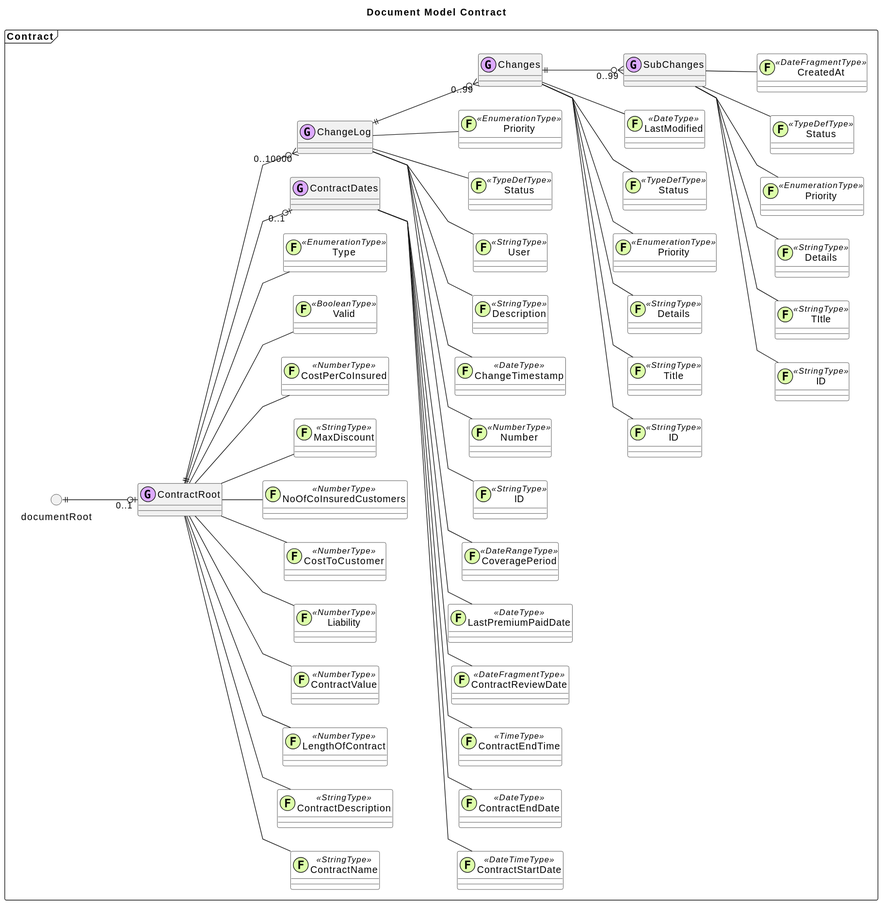
Above: dataservices-test-resources/src/main/resources/diagrams/images/Contract.svg in mgm-tp/a12-dataservices (PlantUML), before the change. Its source is kept beside it as dataservices-test-resources/src/main/resources/diagrams/generated/Contract.puml. Source of this version:
```plantuml
@startuml

!procedure group(x)
class x << (G,#DDAAFF) >>
!endprocedure

!procedure cdmGroup(x)
group(x) #DDEEFF
!endprocedure

!procedure field(x)
class x << (F,#DDFFAA) >> #White
!endprocedure

!procedure embeddedField(name, type, fieldType)
name <<type>>: fieldType
!endprocedure

!procedure rule(x)
class x << (R,#DDBBAA) >> #FFDDEE
!endprocedure

!procedure embeddedRule(name, type)
<back:FFDDEE>name() <<type>></back>
!endprocedure

!procedure embeddedRule(name, type, $errorCondition)
.. <back:FFDDEE> name <<type>> </back> ..
<back:FFDDEE>errorCondition:</back> $errorCondition
!endprocedure

!procedure computation(x)
class x << (C,#DDBBAA) >> #FFEEDD
!endprocedure

!procedure computationAlternative($operation, $precondition)
.. alternative ..
operation: $operation
precondition: $precondition
!endprocedure

!procedure embeddedComputation(name, type, $operation, $precondition)
.. <back:FFEEDD> name <<type>> </back> ..
<back:FFEEDD>operation:</back> $operation
<back:FFEEDD>precondition:</back> $precondition
!endprocedure

!procedure document(x)
class x << (D,#AADDBB) >> #PowderBlue
!endprocedure

!procedure embeddedComputation(name, type )
<back:FFEEDD>name() <<type>></back>
!endprocedure

!procedure linkDocument(x)
class x << (L,#AADDFF) >> #PeachPuff
!endprocedure

!procedure linkGroup(x)
group(x) #PeachPuff
!endprocedure

!procedure relLink($name,$rmId,$link1,$link2,$ld="")
circle $name as $rmId #PeachPuff
$rmId $link1
$rmId $link2
!if $ld!=""
$rmId -[#IndianRed]right $ld: <<linkDocument>>
linkDocument($ld)
!endif
!endprocedure

skinparam linetype polyline
left to right direction

title Document Model Contract

package "Contract" as Contract <<Frame>> {
	() "documentRoot" as ContractDocumentRoot
	group('"ContractRoot" as group_a9838')
	field('"ContractName" as field_770f2 <<StringType>>')
	group_a9838 -- field_770f2
	field('"ContractDescription" as field_770f3 <<StringType>>')
	group_a9838 -- field_770f3
	field('"LengthOfContract" as field_828da <<NumberType>>')
	group_a9838 -- field_828da
	field('"ContractValue" as field_29708 <<NumberType>>')
	group_a9838 -- field_29708
	field('"Liability" as field_edb7e <<NumberType>>')
	group_a9838 -- field_edb7e
	field('"CostToCustomer" as field_502f7 <<NumberType>>')
	group_a9838 -- field_502f7
	field('"NoOfCoInsuredCustomers" as field_f8187 <<NumberType>>')
	group_a9838 -- field_f8187
	field('"MaxDiscount" as field_c472d <<StringType>>')
	group_a9838 -- field_c472d
	field('"CostPerCoInsured" as field_24959 <<NumberType>>')
	group_a9838 -- field_24959
	field('"Valid" as field_a09a6 <<BooleanType>>')
	group_a9838 -- field_a09a6
	field('"Type" as field_48s48 <<EnumerationType>>')
	group_a9838 -- field_48s48
	group('"ContractDates" as G2')
	field('"ContractStartDate" as G2F1 <<DateTimeType>>')
	G2 -- G2F1
	field('"ContractEndDate" as G2F2 <<DateType>>')
	G2 -- G2F2
	field('"ContractEndTime" as G2F3 <<TimeType>>')
	G2 -- G2F3
	field('"ContractReviewDate" as G2F4 <<DateFragmentType>>')
	G2 -- G2F4
	field('"LastPremiumPaidDate" as G2F5 <<DateType>>')
	G2 -- G2F5
	field('"CoveragePeriod" as G2F6 <<DateRangeType>>')
	G2 -- G2F6

	group_a9838 ||--o| "0..1" G2
	group('"ChangeLog" as group_7a5d0')
	field('"ID" as field_fbee9 <<StringType>>')
	group_7a5d0 -- field_fbee9
	field('"Number" as field_f9502 <<NumberType>>')
	group_7a5d0 -- field_f9502
	field('"ChangeTimestamp" as field_5b05b <<DateType>>')
	group_7a5d0 -- field_5b05b
	field('"Description" as field_e1113 <<StringType>>')
	group_7a5d0 -- field_e1113
	field('"User" as field_ccb79 <<StringType>>')
	group_7a5d0 -- field_ccb79
	field('"Status" as field_980c8 <<TypeDefType>>')
	group_7a5d0 -- field_980c8
	field('"Priority" as field_18ea0 <<EnumerationType>>')
	group_7a5d0 -- field_18ea0
	group('"Changes" as group_61e6a')
	field('"ID" as field_cdba0 <<StringType>>')
	group_61e6a -- field_cdba0
	field('"Title" as field_bf1d6 <<StringType>>')
	group_61e6a -- field_bf1d6
	field('"Details" as field_7de61 <<StringType>>')
	group_61e6a -- field_7de61
	field('"Priority" as field_69efa <<EnumerationType>>')
	group_61e6a -- field_69efa
	field('"Status" as field_1ecc4 <<TypeDefType>>')
	group_61e6a -- field_1ecc4
	field('"LastModified" as field_3695e <<DateType>>')
	group_61e6a -- field_3695e
	group('"SubChanges" as group_c4a35')
	field('"ID" as field_26340 <<StringType>>')
	group_c4a35 -- field_26340
	field('"TItle" as field_3c130 <<StringType>>')
	group_c4a35 -- field_3c130
	field('"Details" as field_89b43 <<StringType>>')
	group_c4a35 -- field_89b43
	field('"Priority" as field_6df38 <<EnumerationType>>')
	group_c4a35 -- field_6df38
	field('"Status" as field_797cc <<TypeDefType>>')
	group_c4a35 -- field_797cc
	field('"CreatedAt" as field_eb669 <<DateFragmentType>>')
	group_c4a35 -- field_eb669

	group_61e6a ||--o{ "0..99" group_c4a35

	group_7a5d0 ||--o{ "0..99" group_61e6a

	group_a9838 ||--o{ "0..10000" group_7a5d0

	ContractDocumentRoot ||--o| "0..1" group_a9838

}
@enduml
```
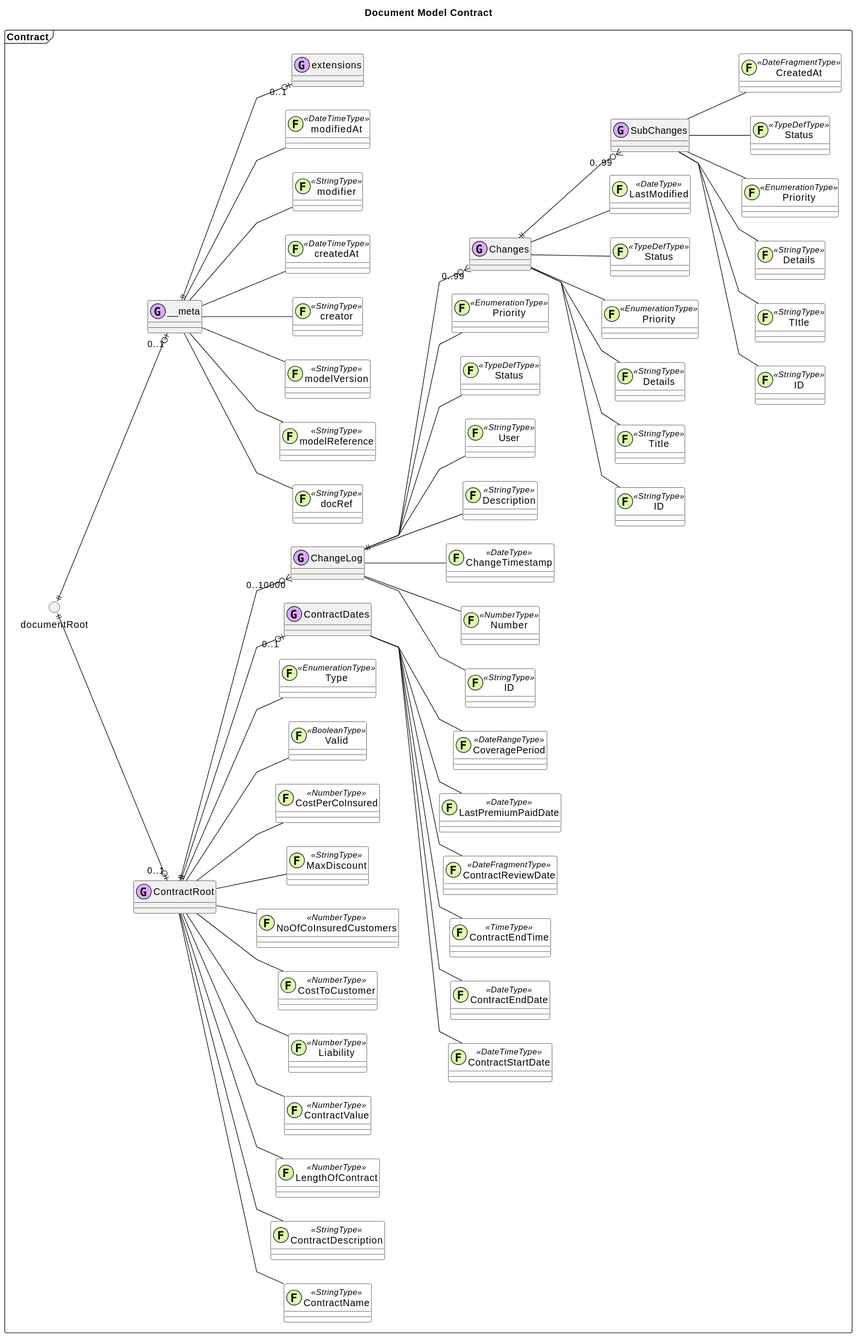
After the change.

The edit, as a diff of the source:
```diff
@@ -166,5 +166,26 @@
 
 	ContractDocumentRoot ||--o| "0..1" group_a9838
 
+	group('"__meta" as abc6a6767a60488754aace2accb73824_group_8f4b1')
+	field('"docRef" as abc6a6767a60488754aace2accb73824_field_1169c <<StringType>>')
+	abc6a6767a60488754aace2accb73824_group_8f4b1 -- abc6a6767a60488754aace2accb73824_field_1169c
+	field('"modelReference" as abc6a6767a60488754aace2accb73824_field_cfb40 <<StringType>>')
+	abc6a6767a60488754aace2accb73824_group_8f4b1 -- abc6a6767a60488754aace2accb73824_field_cfb40
+	field('"modelVersion" as abc6a6767a60488754aace2accb73824_field_17e3b <<StringType>>')
+	abc6a6767a60488754aace2accb73824_group_8f4b1 -- abc6a6767a60488754aace2accb73824_field_17e3b
+	field('"creator" as abc6a6767a60488754aace2accb73824_field_cdaf9 <<StringType>>')
+	abc6a6767a60488754aace2accb73824_group_8f4b1 -- abc6a6767a60488754aace2accb73824_field_cdaf9
+	field('"createdAt" as abc6a6767a60488754aace2accb73824_field_65672 <<DateTimeType>>')
+	abc6a6767a60488754aace2accb73824_group_8f4b1 -- abc6a6767a60488754aace2accb73824_field_65672
+	field('"modifier" as abc6a6767a60488754aace2accb73824_field_1fa32 <<StringType>>')
+	abc6a6767a60488754aace2accb73824_group_8f4b1 -- abc6a6767a60488754aace2accb73824_field_1fa32
+	field('"modifiedAt" as abc6a6767a60488754aace2accb73824_field_5cd66 <<DateTimeType>>')
+	abc6a6767a60488754aace2accb73824_group_8f4b1 -- abc6a6767a60488754aace2accb73824_field_5cd66
+	group('"extensions" as abc6a6767a60488754aace2accb73824_group_4c9a1')
+
+	abc6a6767a60488754aace2accb73824_group_8f4b1 ||--o| "0..1" abc6a6767a60488754aace2accb73824_group_4c9a1
+
+	ContractDocumentRoot ||--o| "0..1" abc6a6767a60488754aace2accb73824_group_8f4b1
+
 }
 @enduml
```
